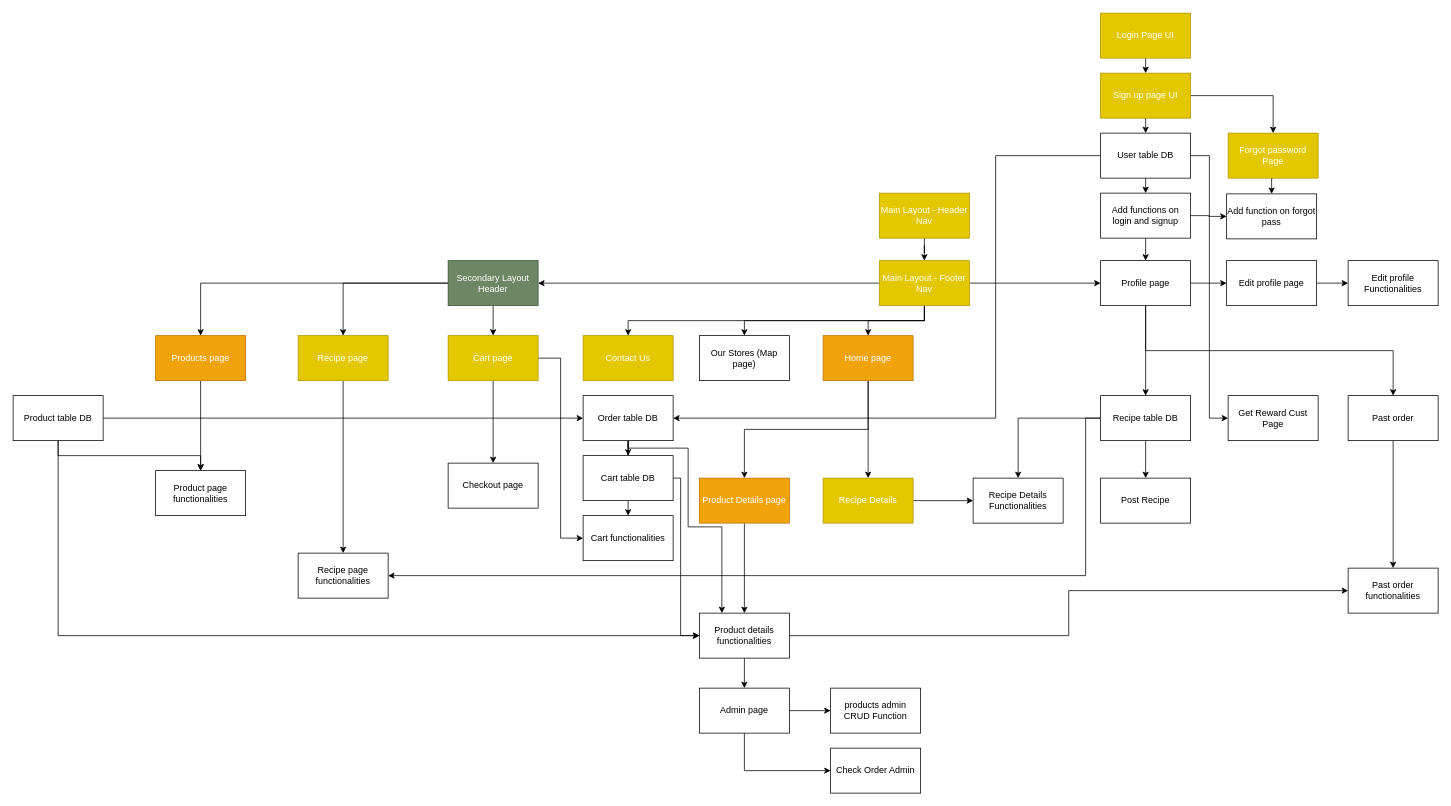
Above: Untitled Diagram.drawio in Wavergg/721SoftwareEngineering (draw.io), before the change. Source tidied: cells renumbered, new cells numbered last; positions are measured from the earlier drawing's top-left corner, leaving out a move shared by most shapes. Both pictures are drawn from the tidied source at 75%, with x=0, y=0 at pixel (13, 13).
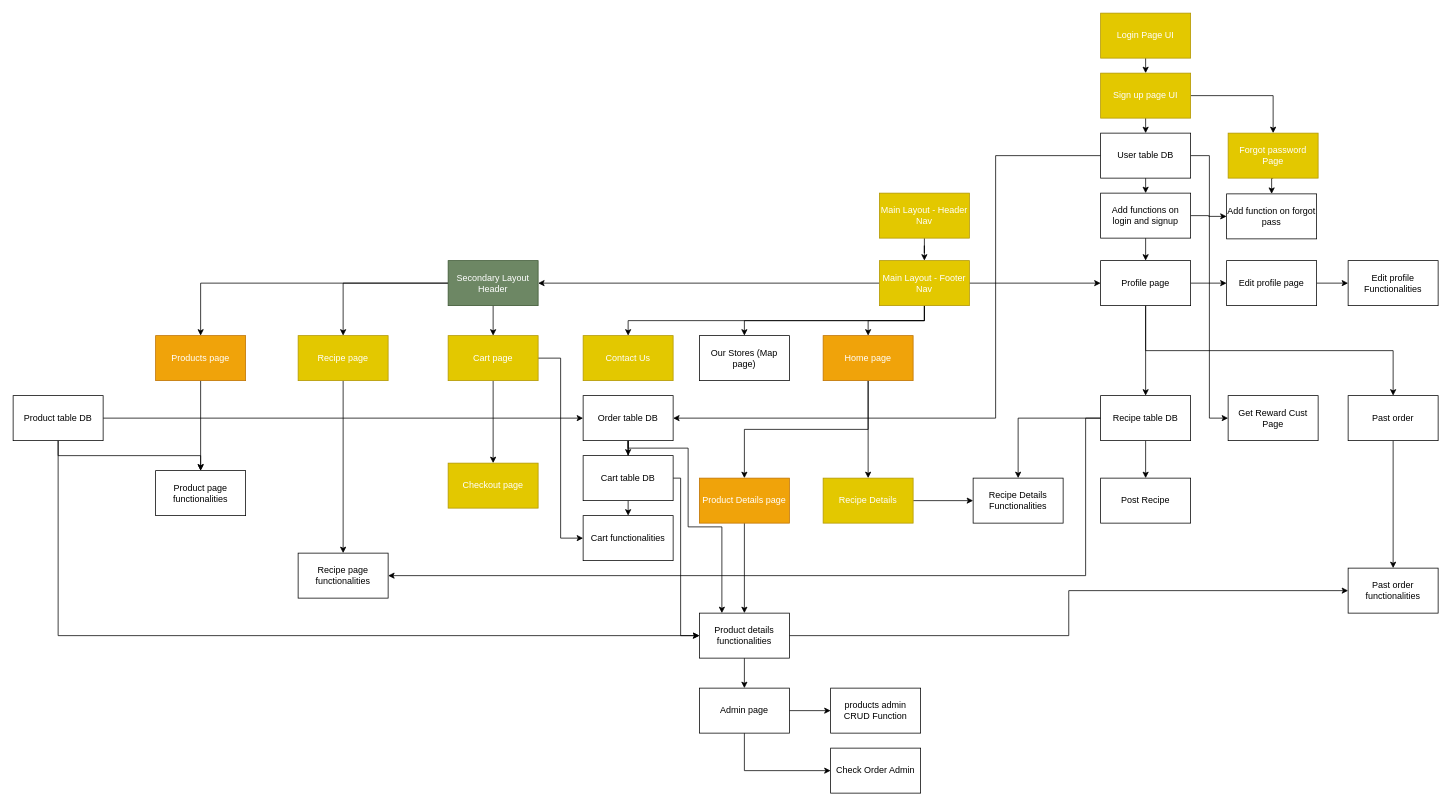
Above is the later version.

Diff of the diagram source:
```diff
@@
-    <mxCell id="55" value="Checkout page" style="rounded=0;whiteSpace=wrap;html=1;" parent="1" vertex="1">
+    <mxCell id="55" value="Checkout page" style="rounded=0;whiteSpace=wrap;html=1;fillColor=#e3c800;strokeColor=#B09500;fontColor=#ffffff;" parent="1" vertex="1">
       <mxGeometry x="580" y="600" width="120" height="60" as="geometry" />
     </mxCell>
```
